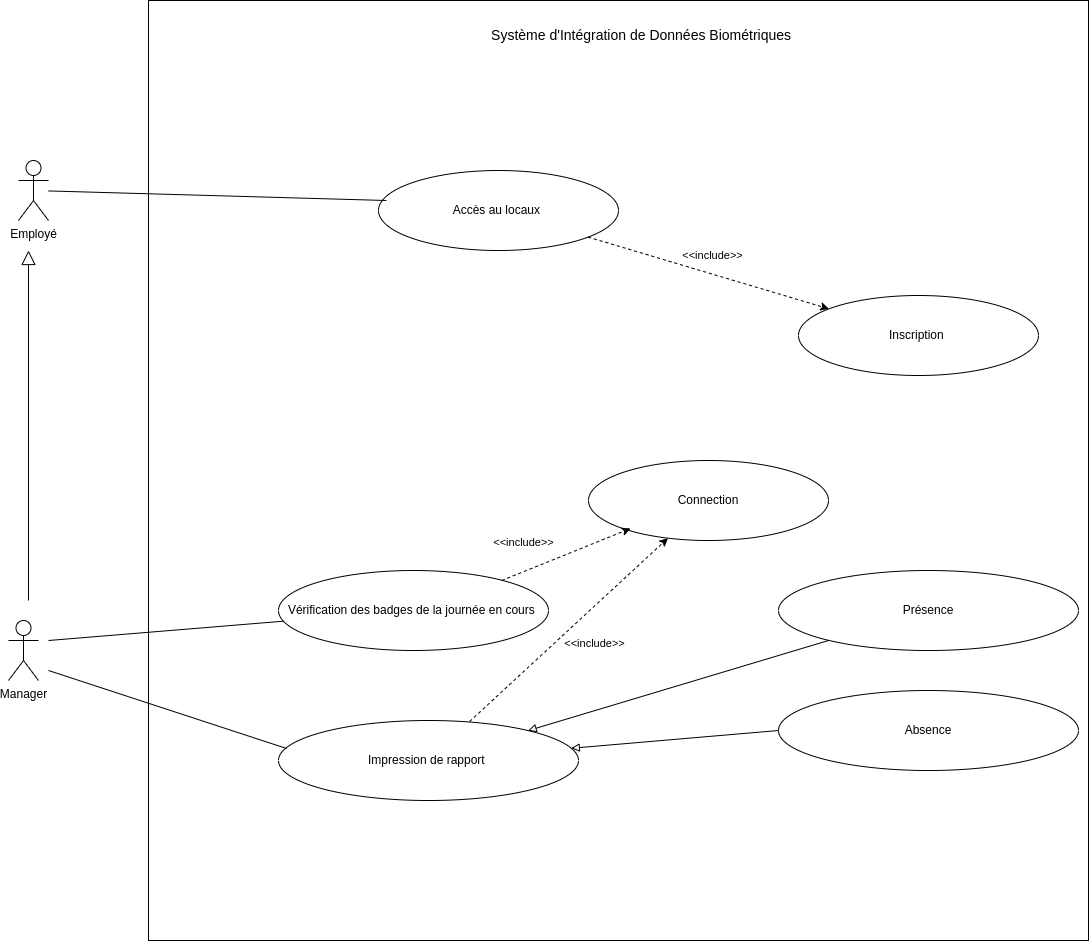
Above: static/Diagramme de cas d'utilisation.drawio.png in Siluearsene/borne_biometrique (draw.io), before the change. Source tidied: cells renumbered, new cells last; positions are measured from the earlier drawing's top-left corner, leaving out a move shared by most shapes.
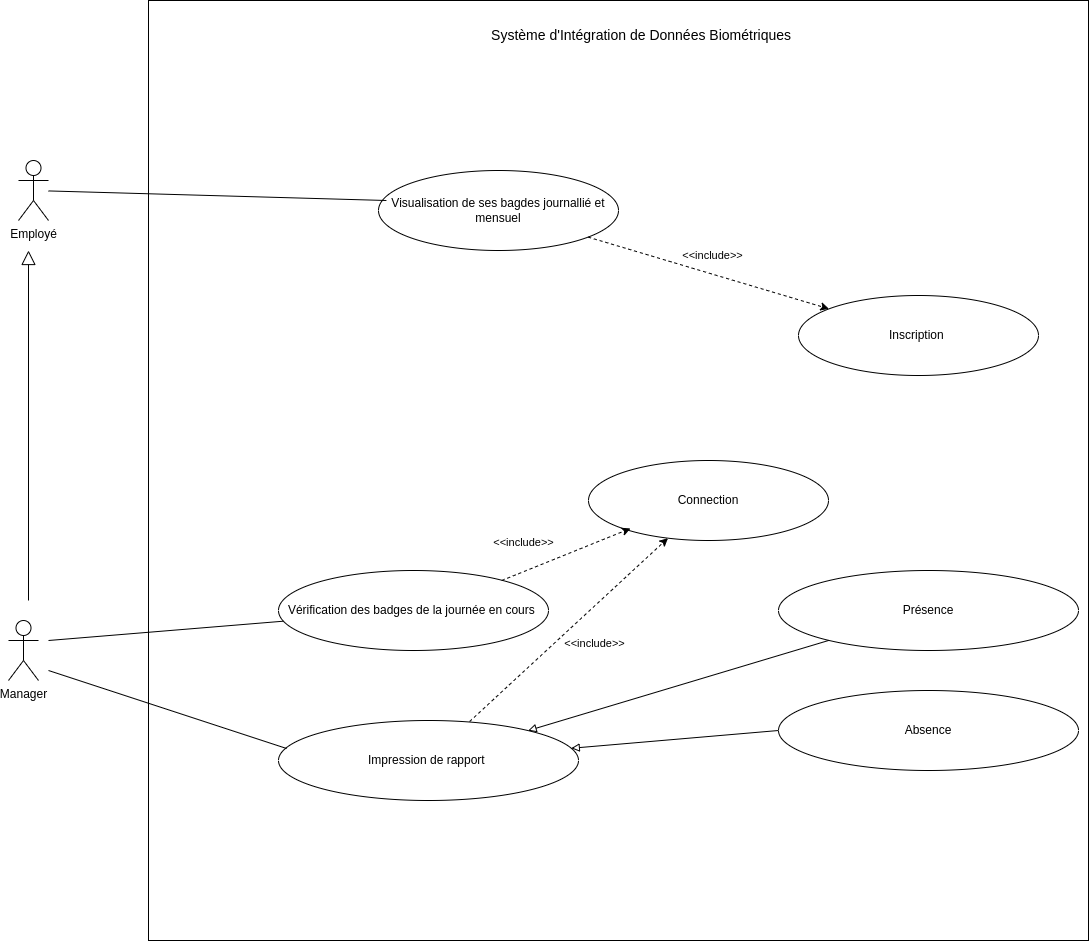
The same diagram one commit later.

Commit message:
Mettre à jour Diagramme de cas d'utilisation.drawio.png

Change to the diagram source:
```diff
@@ -20,7 +20,7 @@
     <mxCell id="6" value="&lt;font style=&quot;font-size: 14px;&quot;&gt;Système d'Intégration de Données Biométriques&amp;nbsp;&lt;/font&gt;" style="text;html=1;strokeColor=none;fillColor=none;align=center;verticalAlign=middle;whiteSpace=wrap;rounded=0;" parent="1" vertex="1">
       <mxGeometry x="400" y="20" width="470" height="30" as="geometry" />
     </mxCell>
-    <mxCell id="7" value="Accès au locaux&amp;nbsp;" style="ellipse;whiteSpace=wrap;html=1;" parent="1" vertex="1">
+    <mxCell id="7" value="Visualisation de ses bagdes journallié et mensuel" style="ellipse;whiteSpace=wrap;html=1;" parent="1" vertex="1">
       <mxGeometry x="370" y="170" width="240" height="80" as="geometry" />
     </mxCell>
     <mxCell id="8" value="Connection" style="ellipse;whiteSpace=wrap;html=1;" parent="1" vertex="1">
```
